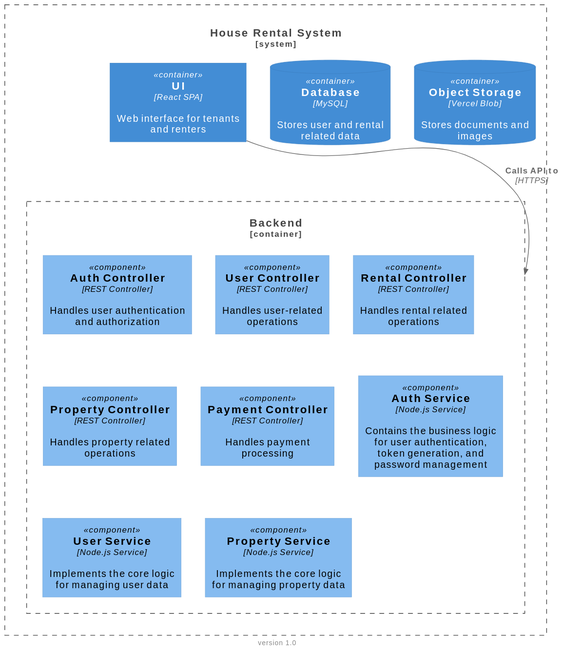
Above: out/C4/(C4D-03) Component Diagram - Backend Container.svg in Ago-oyu/HouseRental-Diagram (PlantUML), before the change. The source it was exported from:
```plantuml
@startuml
!include https://raw.githubusercontent.com/plantuml-stdlib/C4-PlantUML/master/C4_Component.puml
footer "version 1.0"
System_Boundary(houseRental, "House Rental System", "Software System") {
    Container(website, "UI", "Web interface for tenants and renters", $techn="React SPA")
    Container_Boundary(backend, "Backend") {
        Component(authController, "Auth Controller", "Handles user authentication and authorization", $techn="REST Controller")
        Component(userController, "User Controller", "Handles user-related operations", $techn="REST Controller")
        Component(rentalController, "Rental Controller", "Handles rental related operations", $techn="REST Controller")
        Component(propertyController, "Property Controller", "Handles property related operations", $techn="REST Controller")
        Component(paymentController, "Payment Controller", "Handles payment processing", $techn="REST Controller")
        Component(authService, "Auth Service", "Contains the business logic for user authentication, token generation, and password management", $techn="Node.js Service")
        Component(userService, "User Service", "Implements the core logic for managing user data", $techn="Node.js Service")
        Component(propertyService, "Property Service", "Implements the core logic for managing property data", $techn="Node.js Service")
    }
    ContainerDb(database, "Database", "Stores user and rental related data", $techn="MySQL")
    ContainerDb(objectStorage, "Object Storage", "Stores documents and images", $techn="Vercel Blob")
}
Rel(website, backend, "Calls API to", "HTTPS")
@enduml
```
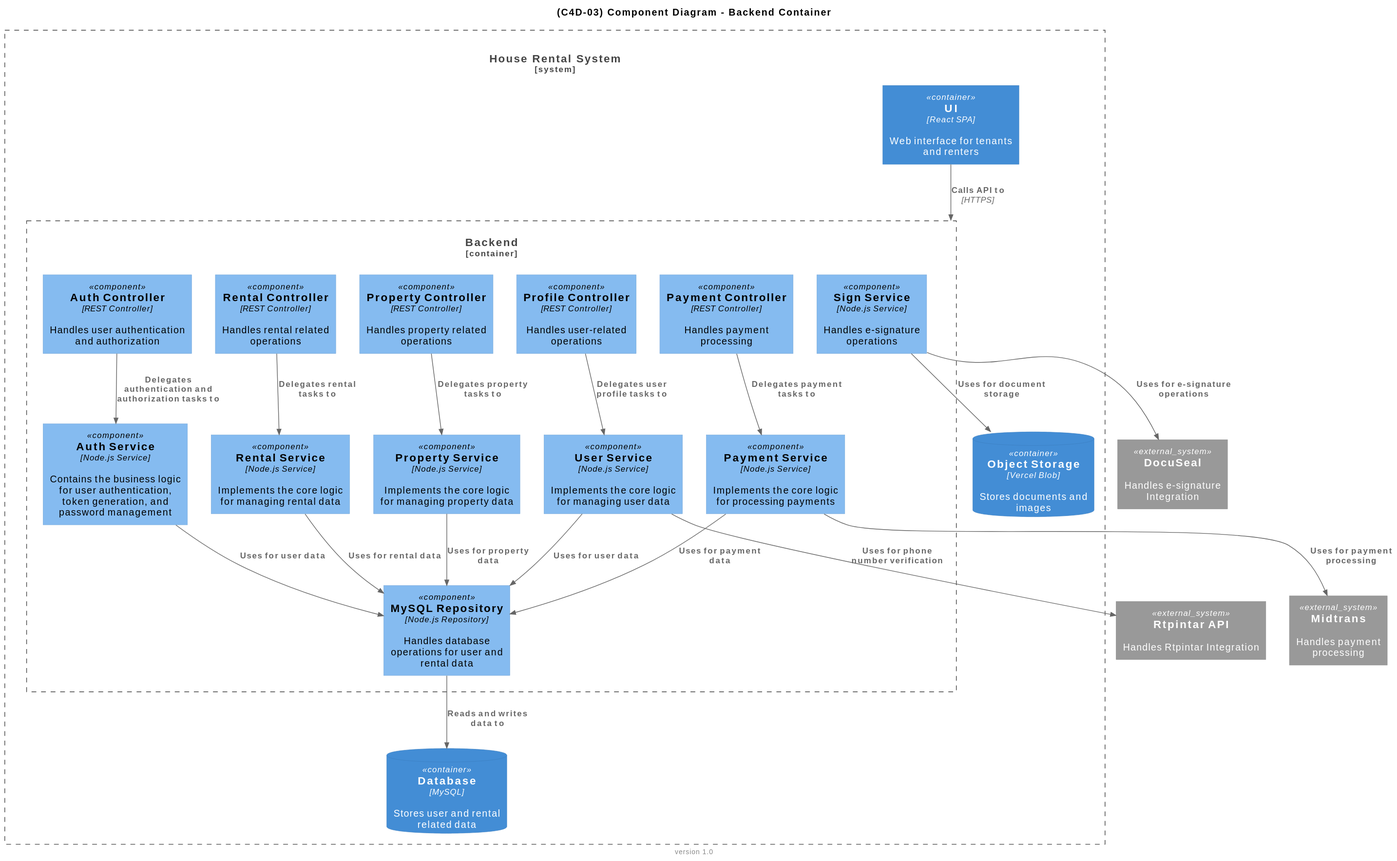
Above is the later version.

Diff of the diagram source:
```diff
@@ -1,20 +1,46 @@
 @startuml
 !include https://raw.githubusercontent.com/plantuml-stdlib/C4-PlantUML/master/C4_Component.puml
+title "(C4D-03) Component Diagram - Backend Container"
 footer "version 1.0"
 System_Boundary(houseRental, "House Rental System", "Software System") {
     Container(website, "UI", "Web interface for tenants and renters", $techn="React SPA")
     Container_Boundary(backend, "Backend") {
         Component(authController, "Auth Controller", "Handles user authentication and authorization", $techn="REST Controller")
-        Component(userController, "User Controller", "Handles user-related operations", $techn="REST Controller")
+        Component(profileController, "Profile Controller", "Handles user-related operations", $techn="REST Controller")
         Component(rentalController, "Rental Controller", "Handles rental related operations", $techn="REST Controller")
         Component(propertyController, "Property Controller", "Handles property related operations", $techn="REST Controller")
         Component(paymentController, "Payment Controller", "Handles payment processing", $techn="REST Controller")
         Component(authService, "Auth Service", "Contains the business logic for user authentication, token generation, and password management", $techn="Node.js Service")
         Component(userService, "User Service", "Implements the core logic for managing user data", $techn="Node.js Service")
         Component(propertyService, "Property Service", "Implements the core logic for managing property data", $techn="Node.js Service")
+        Component(rentalService, "Rental Service", "Implements the core logic for managing rental data", $techn="Node.js Service")
+        Component(paymentService, "Payment Service", "Implements the core logic for processing payments", $techn="Node.js Service")
+        Component(signService, "Sign Service", "Handles e-signature operations", $techn="Node.js Service")
+
+        Component(mysqlRepository, "MySQL Repository", "Handles database operations for user and rental data", $techn="Node.js Repository")
     }
     ContainerDb(database, "Database", "Stores user and rental related data", $techn="MySQL")
     ContainerDb(objectStorage, "Object Storage", "Stores documents and images", $techn="Vercel Blob")
 }
-Rel(website, backend, "Calls API to", "HTTPS")
+    System_Ext(rtpintar, "Rtpintar API", "Handles Rtpintar Integration")
+    System_Ext(docuSeal, "DocuSeal", "Handles e-signature Integration")
+    System_Ext(midtrans, "Midtrans", "Handles payment processing")
+
+Rel_D(website, backend, "Calls API to", "HTTPS")
+Rel_D(authController, authService, "Delegates authentication and authorization tasks to")
+Rel_D(profileController, userService, "Delegates user profile tasks to")
+Rel_D(rentalController, rentalService, "Delegates rental tasks to")
+Rel_D(propertyController, propertyService, "Delegates property tasks to")
+Rel_D(paymentController, paymentService, "Delegates payment tasks to")
+Rel_D(authService, mysqlRepository, "Uses for user data")
+Rel_D(userService, mysqlRepository, "Uses for user data")
+Rel_D(propertyService, mysqlRepository, "Uses for property data")
+Rel_D(rentalService, mysqlRepository, "Uses for rental data")
+Rel_D(paymentService, mysqlRepository, "Uses for payment data")
+Rel_D(signService, objectStorage, "Uses for document storage")
+Rel_D(signService, docuSeal, "Uses for e-signature operations")
+Rel_D(paymentService, midtrans, "Uses for payment processing")
+Rel(userService, rtpintar, "Uses for phone number verification")
+
+Rel_D(mysqlRepository, database, "Reads and writes data to")
 @enduml
```
